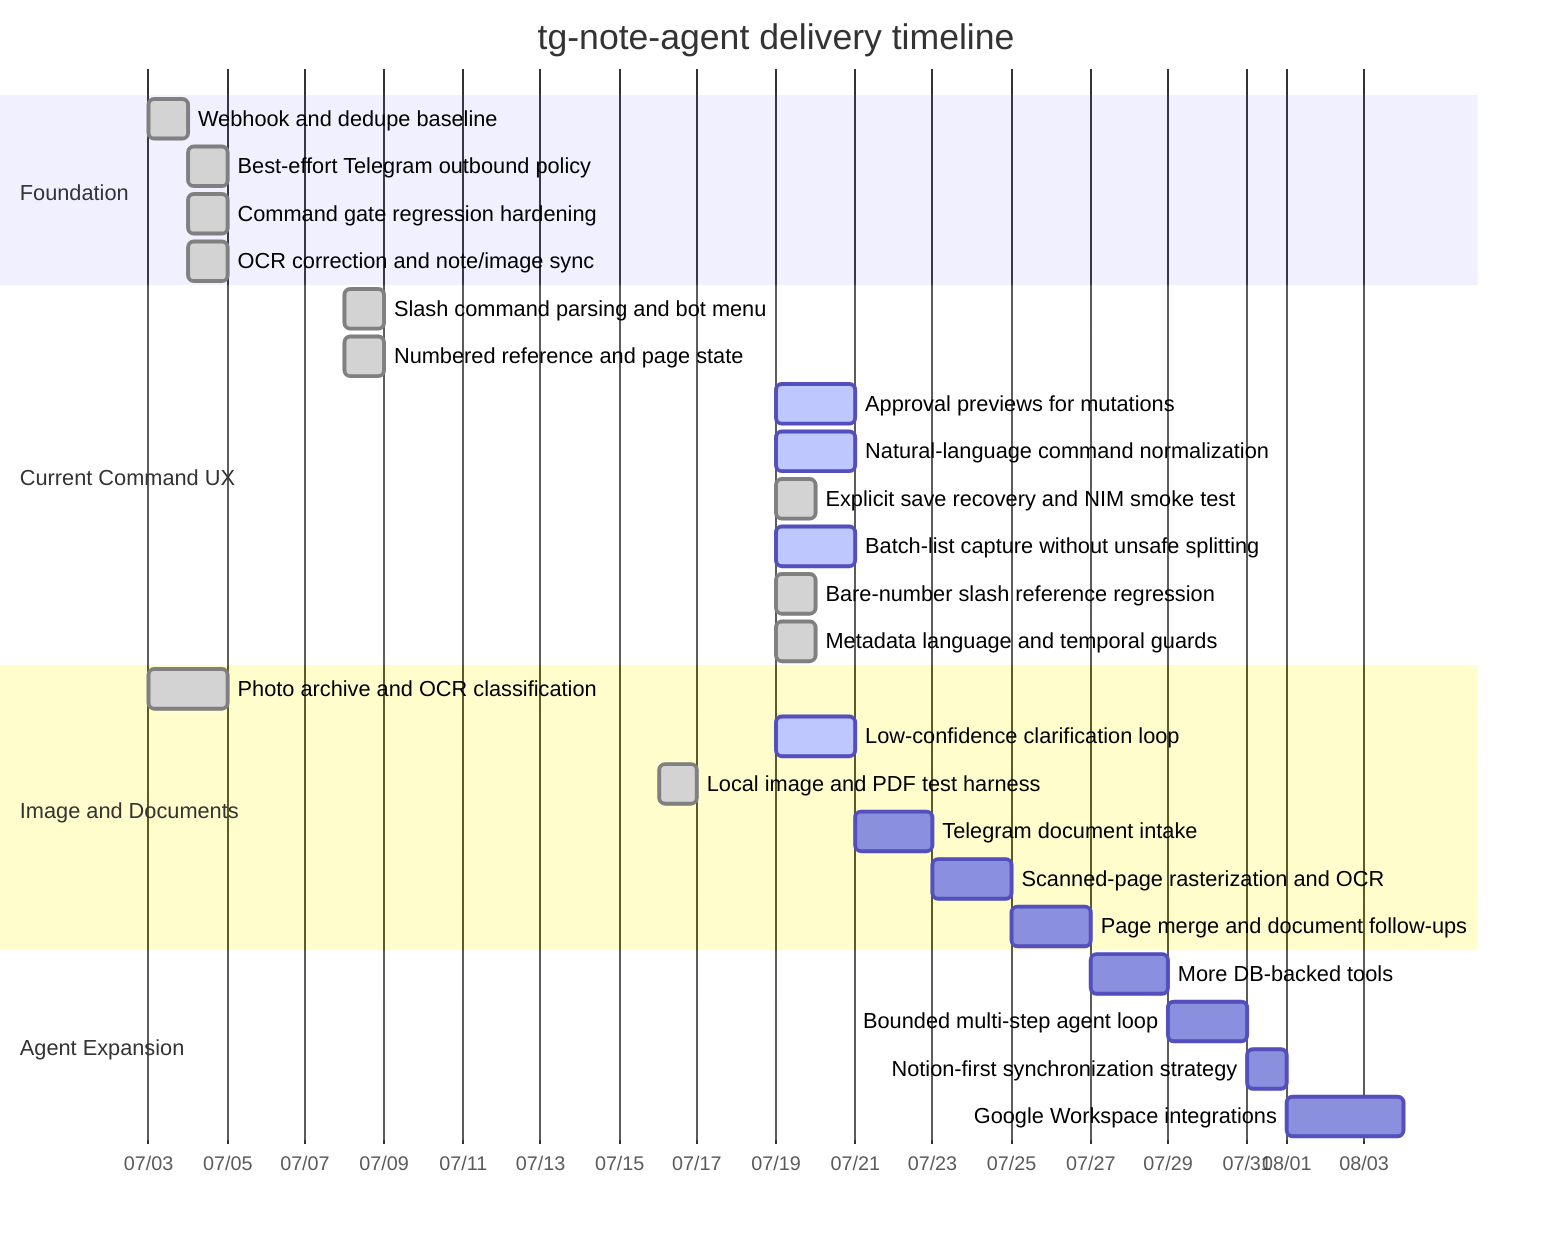
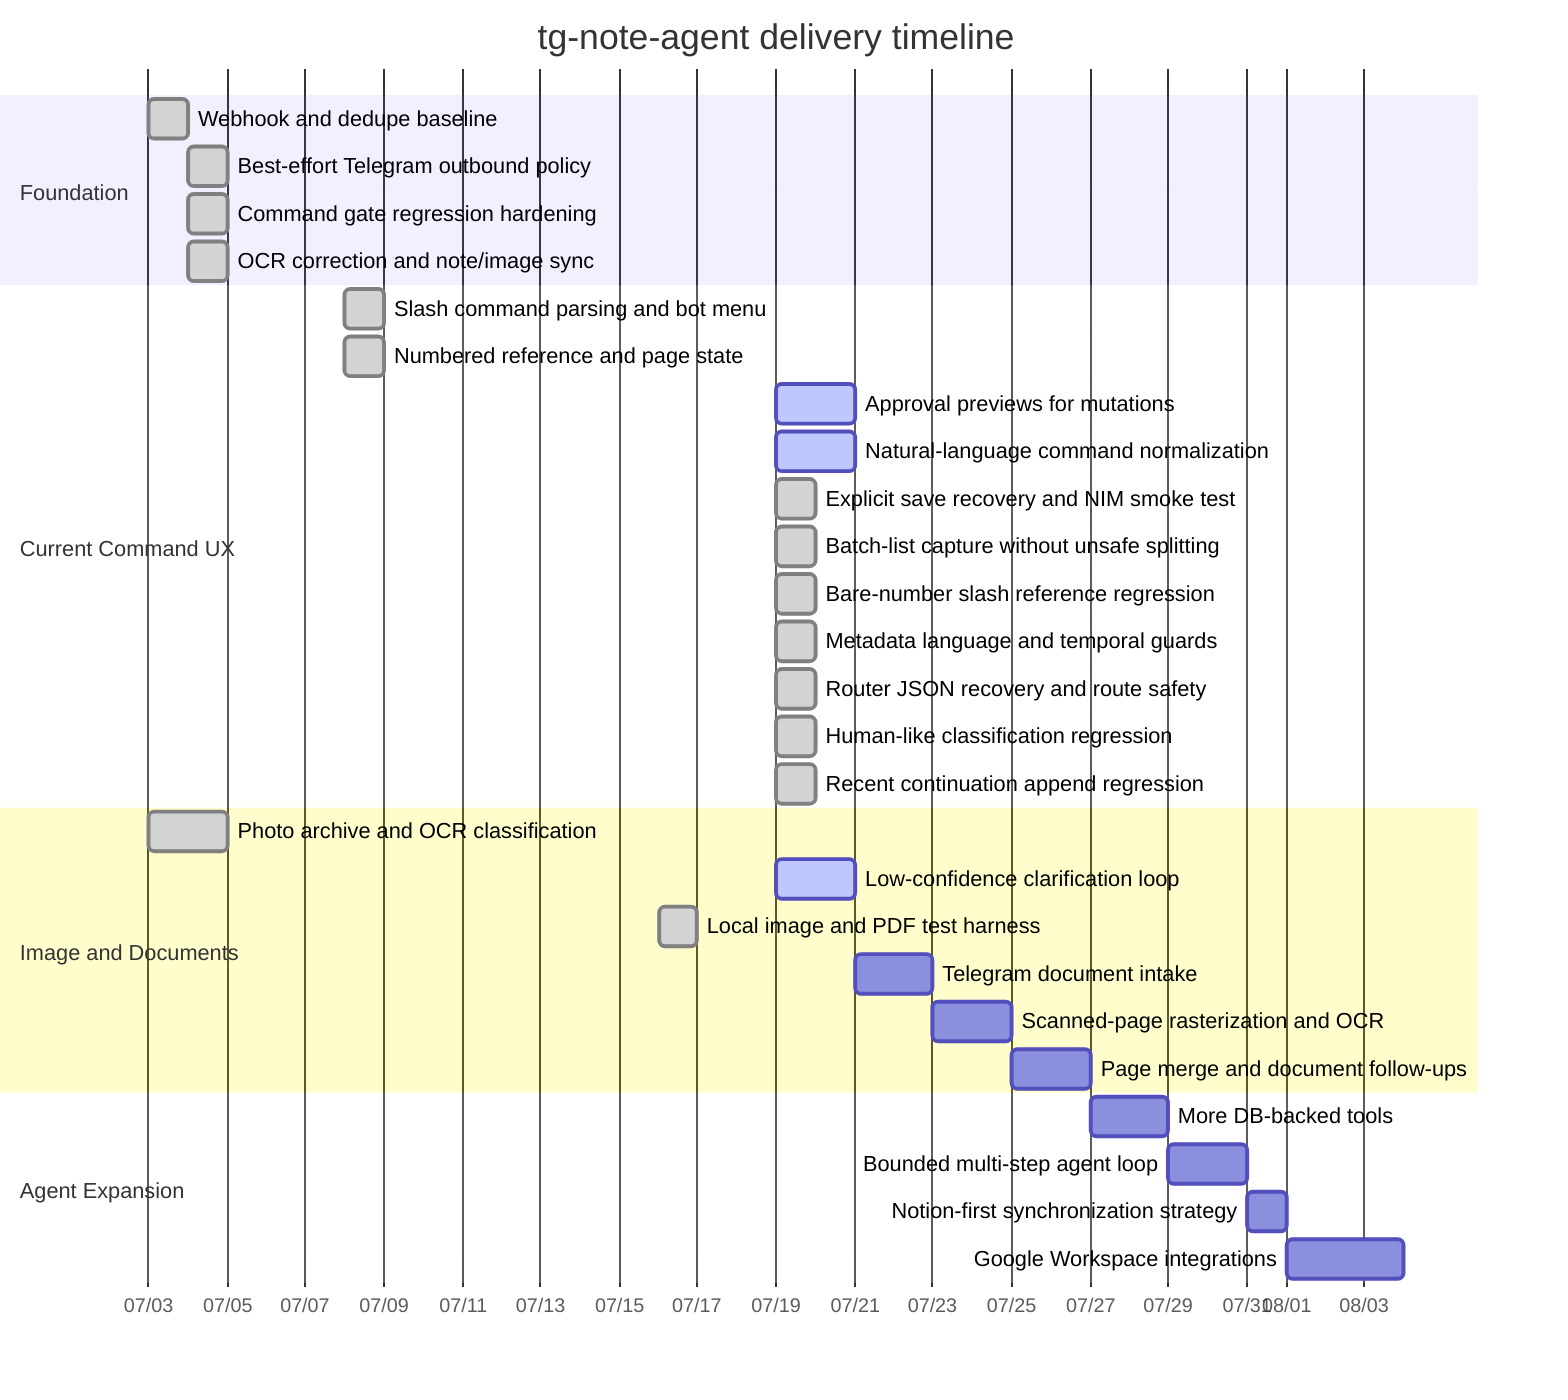
gantt
    title tg-note-agent delivery timeline
    dateFormat  YYYY-MM-DD
    axisFormat  %m/%d

    section Foundation
    Webhook and dedupe baseline             :done, base1, 2026-07-03, 1d
    Best-effort Telegram outbound policy    :done, base2, 2026-07-04, 1d
    Command gate regression hardening       :done, base3, 2026-07-04, 1d
    OCR correction and note/image sync      :done, base4, 2026-07-04, 1d

    section Current Command UX
    Slash command parsing and bot menu      :done, cmd1, 2026-07-08, 1d
    Numbered reference and page state       :done, cmd2, 2026-07-08, 1d
    Approval previews for mutations         :active, cmd3, 2026-07-19, 2d
    Natural-language command normalization  :active, cmd4, 2026-07-19, 2d
    Explicit save recovery and NIM smoke test:done, cmd5, 2026-07-19, 1d
-     Batch-list capture without unsafe splitting:active, cmd6, 2026-07-19, 2d
+     Batch-list capture without unsafe splitting:done, cmd6, 2026-07-19, 1d
    Bare-number slash reference regression  :done, cmd7, 2026-07-19, 1d
    Metadata language and temporal guards   :done, cmd8, 2026-07-19, 1d
+     Router JSON recovery and route safety   :done, cmd9, 2026-07-19, 1d
+     Human-like classification regression    :done, cmd10, 2026-07-19, 1d
+     Recent continuation append regression   :done, cmd11, 2026-07-19, 1d

    section Image and Documents
    Photo archive and OCR classification    :done, img1, 2026-07-03, 2d
    Low-confidence clarification loop       :active, img2, 2026-07-19, 2d
    Local image and PDF test harness        :done, doc1, 2026-07-16, 1d
    Telegram document intake                :doc2, after img2, 2d
    Scanned-page rasterization and OCR      :doc3, after doc2, 2d
    Page merge and document follow-ups      :doc4, after doc3, 2d

    section Agent Expansion
    More DB-backed tools                    :agent1, after doc4, 2d
    Bounded multi-step agent loop           :agent2, after agent1, 2d
    Notion-first synchronization strategy   :agent3, after agent2, 1d
    Google Workspace integrations           :agent4, after agent3, 3d
